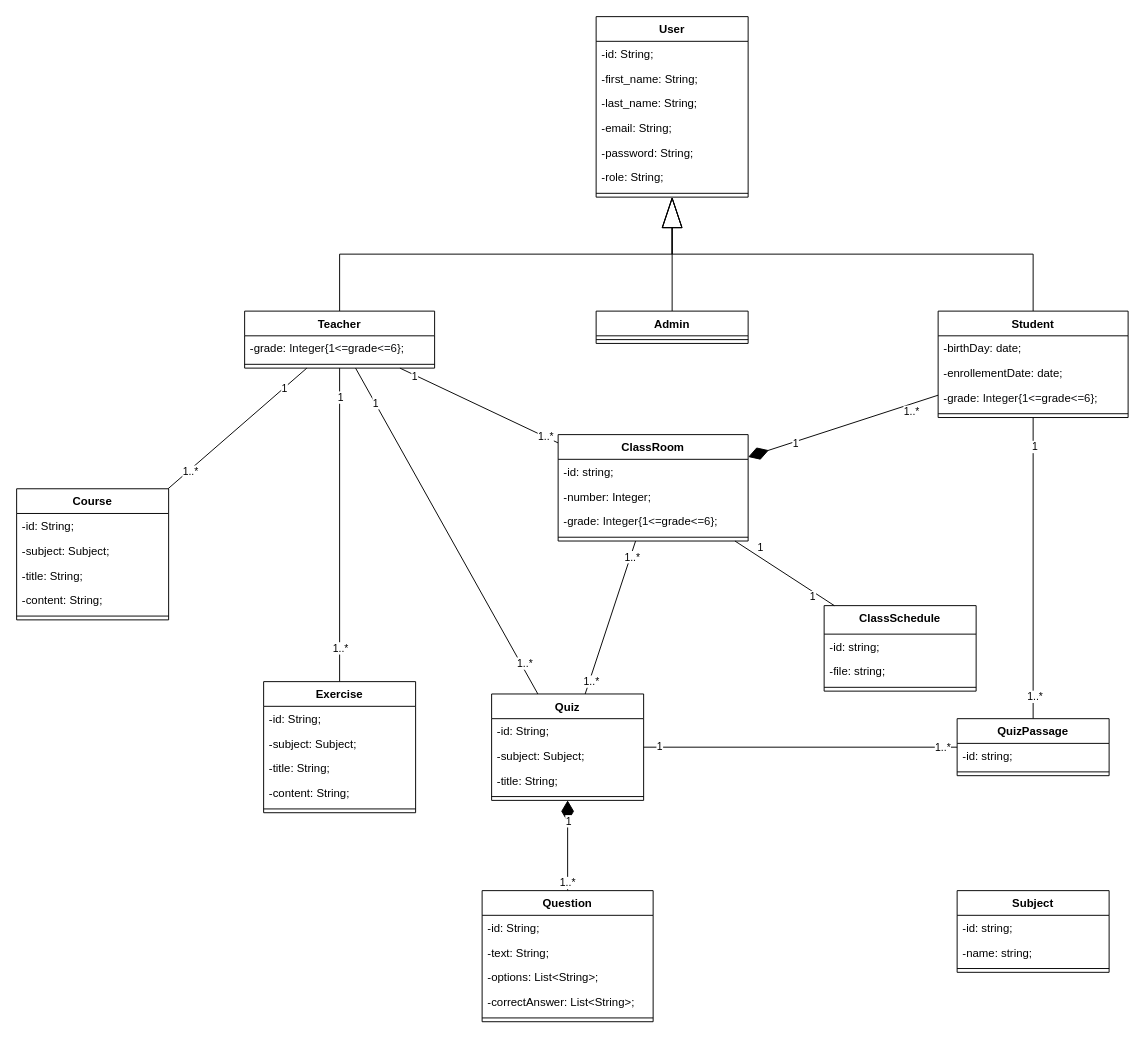
Above: ConceptionUML/TaalomIT_UML.drawio in berghach/TaalomIT (draw.io), before the change. Source tidied: cells renumbered, new cells numbered last; positions are measured from the earlier drawing's top-left corner, leaving out a move shared by most shapes. Both pictures are drawn from the tidied source at 95%, with x=0, y=0 at pixel (16, 16).
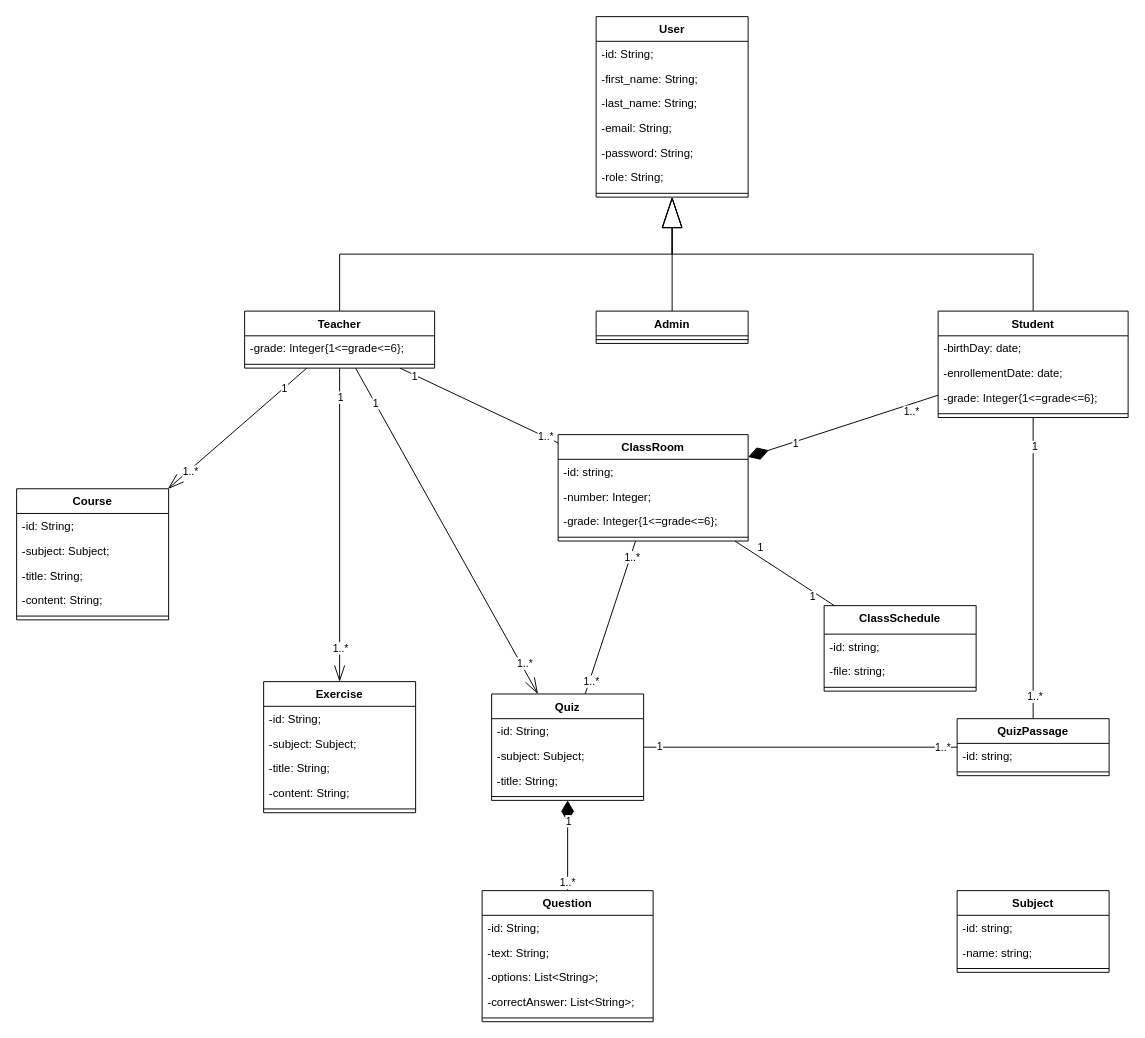
After the change.

Commit message (it also covers changes not shown here):
uml edit, and deployement initial set up

The change refers to these unchanged cells:
```xml
<mxCell id="23" value="Teacher" style="swimlane;fontStyle=1;align=center;verticalAlign=top;horizontal=1;startSize=26;whiteSpace=wrap;html=1;" parent="1" vertex="1">
  <mxGeometry x="240" y="310" width="200" height="60" as="geometry" />
</mxCell>
<mxCell id="41" value="Course" style="swimlane;fontStyle=1;align=center;verticalAlign=top;horizontal=1;startSize=26;whiteSpace=wrap;html=1;" parent="1" vertex="1">
  <mxGeometry y="497" width="160" height="138" as="geometry" />
</mxCell>
<mxCell id="47" value="Exercise" style="swimlane;fontStyle=1;align=center;verticalAlign=top;horizontal=1;startSize=26;whiteSpace=wrap;html=1;" parent="1" vertex="1">
  <mxGeometry x="260" y="700" width="160" height="138" as="geometry" />
</mxCell>
<mxCell id="59" value="Quiz" style="swimlane;fontStyle=1;align=center;verticalAlign=top;horizontal=1;startSize=26;whiteSpace=wrap;html=1;" parent="1" vertex="1">
  <mxGeometry x="500" y="713" width="160" height="112" as="geometry" />
</mxCell>
```

Change to the diagram source:
```diff
@@
-    <mxCell id="13" style="rounded=0;jettySize=auto;html=1;endArrow=none;endFill=0;" parent="1" edge="1" source="23" target="59">
+    <mxCell id="13" style="rounded=0;jettySize=auto;html=1;endArrow=openThin;endFill=0;endSize=15;" parent="1" edge="1" source="23" target="59">
       <mxGeometry relative="1" as="geometry" />
     </mxCell>
@@
-    <mxCell id="16" style="rounded=0;jettySize=auto;html=1;endArrow=none;endFill=0;" parent="1" edge="1" source="23" target="47">
+    <mxCell id="16" style="rounded=0;jettySize=auto;html=1;endArrow=openThin;endFill=0;endSize=15;" parent="1" edge="1" source="23" target="47">
       <mxGeometry relative="1" as="geometry" />
     </mxCell>
@@
-    <mxCell id="19" style="rounded=0;jettySize=auto;html=1;endArrow=none;endFill=0;" parent="1" edge="1" source="23" target="41">
+    <mxCell id="19" style="rounded=0;jettySize=auto;html=1;endArrow=openThin;endFill=0;startArrow=none;startFill=0;endSize=15;" parent="1" edge="1" source="23" target="41">
       <mxGeometry relative="1" as="geometry" />
     </mxCell>
```
